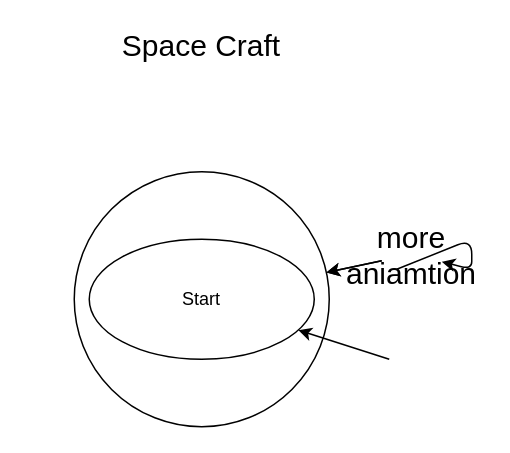
Earlier version of the draw.io diagram lib/screens/start/sketch/prototype.drawio (yeasin50/space_craft). Source tidied: cells renumbered, new cells numbered last; positions are measured from the earlier drawing's top-left corner, leaving out a move shared by most shapes. Both pictures are drawn from the tidied source at 150%, with x=0, y=0 at pixel (74, 28).
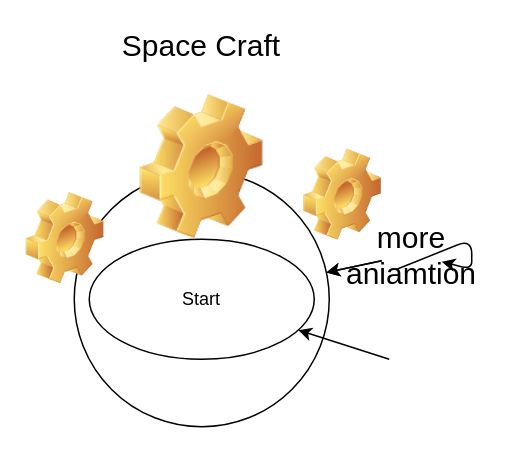
The same diagram, later.

Diff of the diagram source:
```diff
@@
 <mxGraphModel>
   <root>
     <mxCell id="0" />
     <mxCell id="1" parent="0" />
     <mxCell id="2" value="Start" style="text;html=1;strokeColor=none;fillColor=none;align=center;verticalAlign=middle;whiteSpace=wrap;rounded=0;" parent="1" vertex="1">
       <mxGeometry x="65" y="170" width="40" height="20" as="geometry" />
     </mxCell>
     <mxCell id="3" value="Space Craft" style="text;html=1;strokeColor=none;fillColor=none;align=center;verticalAlign=middle;whiteSpace=wrap;rounded=0;fontSize=20;" parent="1" vertex="1">
       <mxGeometry x="20" width="130" height="20" as="geometry" />
     </mxCell>
     <mxCell id="4" style="ellipse;whiteSpace=wrap;html=1;fontSize=20;labelBorderColor=#000000;noLabel=1;fontColor=none;gradientColor=#ffffff;fillColor=none;" parent="1" vertex="1">
       <mxGeometry x="10" y="140" width="150" height="80" as="geometry" />
     </mxCell>
     <mxCell id="5" style="endArrow=classic;html=1;fontSize=20;fontColor=none;" parent="1" edge="1" target="4">
       <mxGeometry relative="1" as="geometry">
         <mxPoint x="210" y="220" as="sourcePoint" />
       </mxGeometry>
     </mxCell>
     <mxCell id="6" style="ellipse;whiteSpace=wrap;html=1;fontSize=20;fontColor=none;fillColor=none;gradientColor=#ffffff;" parent="1" vertex="1">
       <mxGeometry y="95" width="170" height="170" as="geometry" />
     </mxCell>
     <mxCell id="7" style="edgeStyle=none;html=1;fontSize=20;fontColor=none;" parent="1" edge="1" source="9" target="6">
       <mxGeometry relative="1" as="geometry" />
     </mxCell>
     <mxCell id="8" style="edgeStyle=none;html=1;fontSize=20;fontColor=none;" parent="1" edge="1" source="9" target="6">
       <mxGeometry relative="1" as="geometry" />
     </mxCell>
     <mxCell id="9" value="more aniamtion" style="text;html=1;strokeColor=none;fillColor=none;align=center;verticalAlign=middle;whiteSpace=wrap;rounded=0;fontSize=20;fontColor=none;" parent="1" vertex="1">
       <mxGeometry x="205" y="140" width="40" height="20" as="geometry" />
     </mxCell>
     <mxCell id="10" style="edgeStyle=none;html=1;exitX=0.25;exitY=1;exitDx=0;exitDy=0;fontSize=20;fontColor=none;" parent="1" edge="1" source="9" target="9">
       <mxGeometry relative="1" as="geometry" />
     </mxCell>
+    <mxCell id="11" style="shape=image;html=1;verticalLabelPosition=bottom;verticalAlign=top;imageAspect=1;image=img/clipart/Gear_128x128.png;" parent="1" vertex="1">
+      <mxGeometry x="-32" y="109" width="52" height="61" as="geometry" />
+    </mxCell>
+    <mxCell id="12" style="shape=image;html=1;verticalLabelPosition=bottom;verticalAlign=top;imageAspect=1;image=img/clipart/Gear_128x128.png;" parent="1" vertex="1">
+      <mxGeometry x="44" y="43.8" width="82" height="96.2" as="geometry" />
+    </mxCell>
+    <mxCell id="13" style="shape=image;html=1;verticalLabelPosition=bottom;verticalAlign=top;imageAspect=1;image=img/clipart/Gear_128x128.png;" parent="1" vertex="1">
+      <mxGeometry x="153" y="80" width="52" height="61" as="geometry" />
+    </mxCell>
   </root>
 </mxGraphModel>
```
